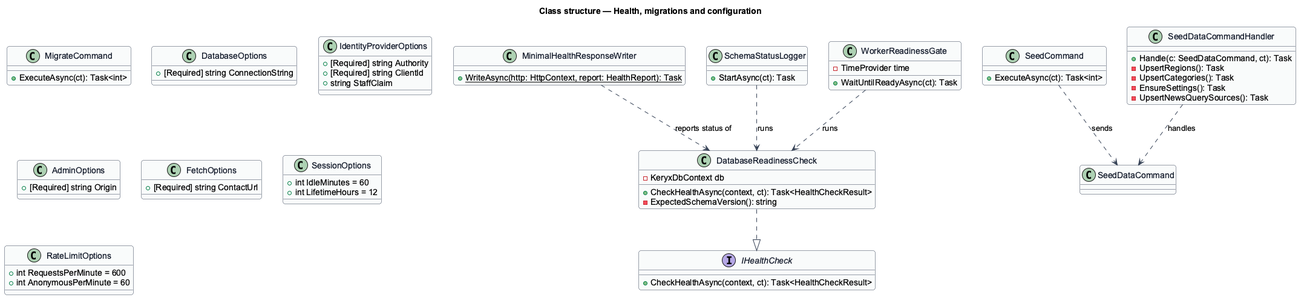
This is docs/detailed-designs/operations/health-migrations-and-configuration/diagrams/class-structure.png from QuinntyneBrown/keryx, a PlantUML export, as it was before one commit. Its diagram source:
```plantuml
@startuml
skinparam backgroundColor #FFFFFF
skinparam shadowing false
skinparam roundcorner 8
skinparam defaultFontName Arial
skinparam ArrowColor #344054
skinparam class {
  BorderColor #344054
  FontColor #101828
  BackgroundColor #F9FAFB
}
title Class structure — Health, migrations and configuration

interface IHealthCheck {
  +CheckHealthAsync(context, ct): Task<HealthCheckResult>
}
class DatabaseReadinessCheck {
  -KeryxDbContext db
  +CheckHealthAsync(context, ct): Task<HealthCheckResult>
  -ExpectedSchemaVersion(): string
}
class MinimalHealthResponseWriter {
  +{static} WriteAsync(http: HttpContext, report: HealthReport): Task
}
class SchemaStatusLogger {
  +StartAsync(ct): Task
}
class WorkerReadinessGate {
  -TimeProvider time
  +WaitUntilReadyAsync(ct): Task
}
class MigrateCommand {
  +ExecuteAsync(ct): Task<int>
}
class SeedCommand {
  +ExecuteAsync(ct): Task<int>
}
class SeedDataCommand
class SeedDataCommandHandler {
  +Handle(c: SeedDataCommand, ct): Task
  -UpsertRegions(): Task
  -UpsertCategories(): Task
  -EnsureSettings(): Task
  -UpsertNewsQuerySources(): Task
}
class DatabaseOptions {
  +[Required] string ConnectionString
}
class IdentityProviderOptions {
  +[Required] string Authority
  +[Required] string ClientId
  +string StaffClaim
}
class AdminOptions {
  +[Required] string Origin
}
class FetchOptions {
  +[Required] string ContactUrl
}
class SessionOptions {
  +int IdleMinutes = 60
  +int LifetimeHours = 12
}
class RateLimitOptions {
  +int RequestsPerMinute = 600
  +int AnonymousPerMinute = 60
}

DatabaseReadinessCheck ..|> IHealthCheck
SchemaStatusLogger ..> DatabaseReadinessCheck : runs
WorkerReadinessGate ..> DatabaseReadinessCheck : runs
MinimalHealthResponseWriter ..> DatabaseReadinessCheck : reports status of
SeedCommand ..> SeedDataCommand : sends
SeedDataCommandHandler ..> SeedDataCommand : handles
@enduml
```
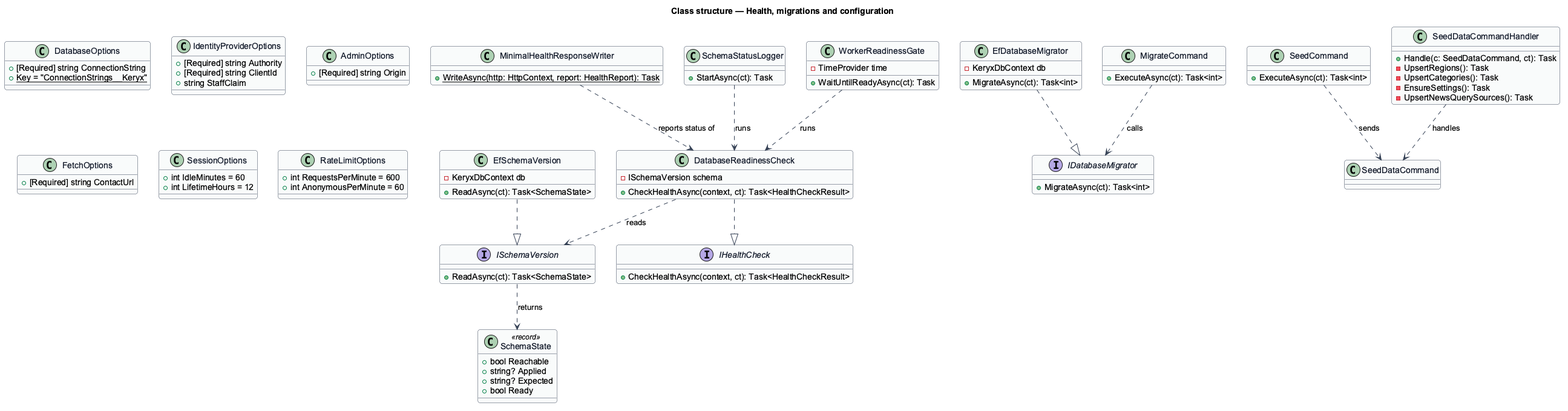
The same diagram one commit later.

Diff of the diagram source:
```diff
@@ -15,9 +15,28 @@
   +CheckHealthAsync(context, ct): Task<HealthCheckResult>
 }
 class DatabaseReadinessCheck {
+  -ISchemaVersion schema
+  +CheckHealthAsync(context, ct): Task<HealthCheckResult>
+}
+interface ISchemaVersion {
+  +ReadAsync(ct): Task<SchemaState>
+}
+class EfSchemaVersion {
   -KeryxDbContext db
-  +CheckHealthAsync(context, ct): Task<HealthCheckResult>
-  -ExpectedSchemaVersion(): string
+  +ReadAsync(ct): Task<SchemaState>
+}
+class SchemaState <<record>> {
+  +bool Reachable
+  +string? Applied
+  +string? Expected
+  +bool Ready
+}
+interface IDatabaseMigrator {
+  +MigrateAsync(ct): Task<int>
+}
+class EfDatabaseMigrator {
+  -KeryxDbContext db
+  +MigrateAsync(ct): Task<int>
 }
 class MinimalHealthResponseWriter {
   +{static} WriteAsync(http: HttpContext, report: HealthReport): Task
@@ -45,6 +64,7 @@
 }
 class DatabaseOptions {
   +[Required] string ConnectionString
+  +{static} Key = "ConnectionStrings__Keryx"
 }
 class IdentityProviderOptions {
   +[Required] string Authority
@@ -67,6 +87,11 @@
 }
 
 DatabaseReadinessCheck ..|> IHealthCheck
+DatabaseReadinessCheck ..> ISchemaVersion : reads
+EfSchemaVersion ..|> ISchemaVersion
+ISchemaVersion ..> SchemaState : returns
+EfDatabaseMigrator ..|> IDatabaseMigrator
+MigrateCommand ..> IDatabaseMigrator : calls
 SchemaStatusLogger ..> DatabaseReadinessCheck : runs
 WorkerReadinessGate ..> DatabaseReadinessCheck : runs
 MinimalHealthResponseWriter ..> DatabaseReadinessCheck : reports status of
```
